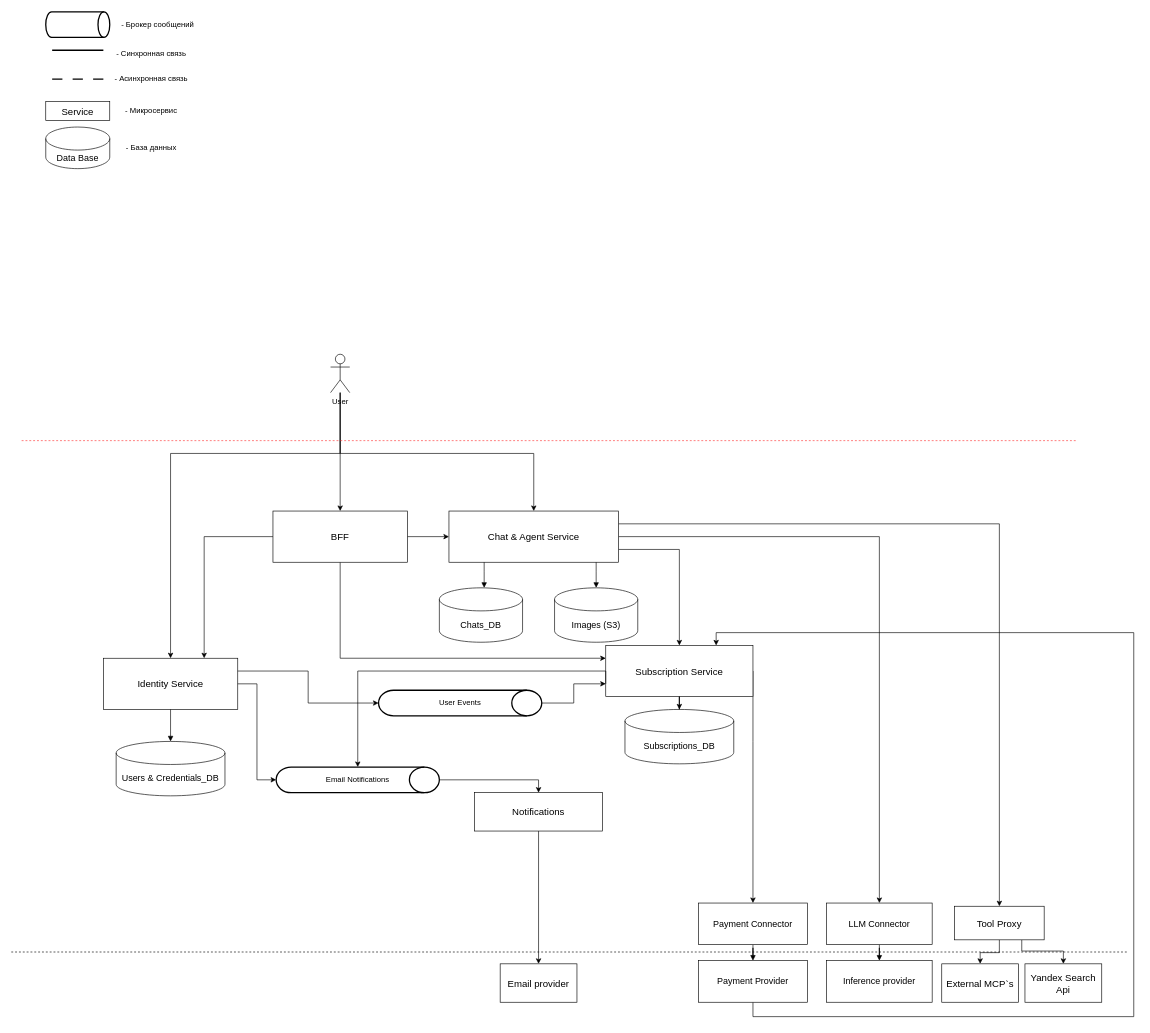
Before: Microservices.drawio in ilyascw/ai-th-microservices, a draw.io diagram. Source tidied: cells renumbered, new cells numbered last; positions are measured from the earlier drawing's top-left corner, leaving out a move shared by most shapes. Both pictures are drawn from the tidied source at 64%, with x=0, y=0 at pixel (11, 12).
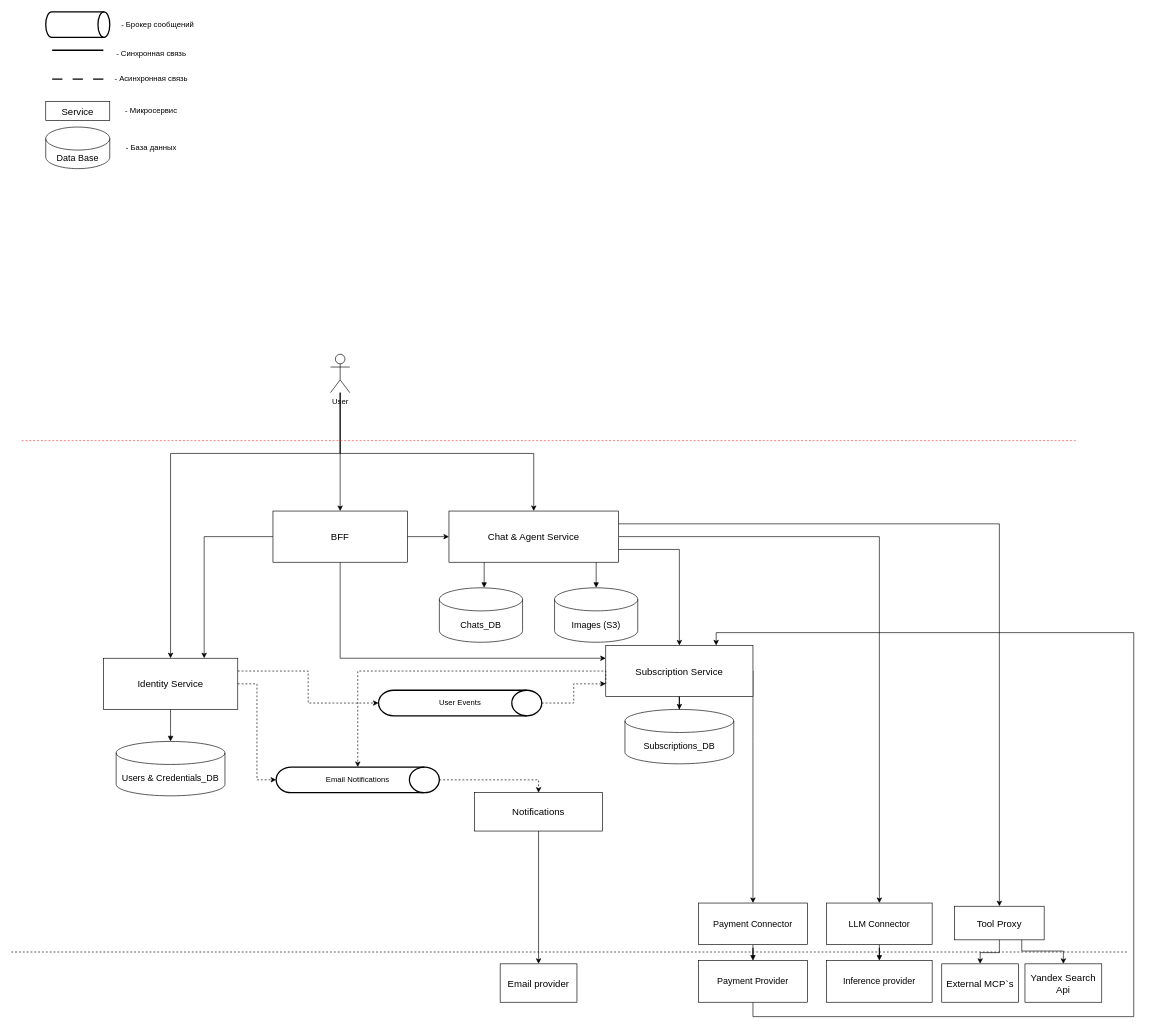
Above is the later version.

Commit message:
Mark queue links as asynchronous

Unchanged cells that the change refers to:
```xml
<mxCell id="2" value="Identity Service" style="rounded=0;whiteSpace=wrap;html=1;fillColor=#FFFFFF;strokeColor=#000000;strokeWidth=1;fontColor=#000000;fontSize=15;" parent="1" vertex="1">
  <mxGeometry x="144" y="1010" width="210" height="80" as="geometry" />
</mxCell>
<mxCell id="4" value="Subscription Service" style="rounded=0;whiteSpace=wrap;html=1;fillColor=#FFFFFF;strokeColor=#000000;strokeWidth=1;fontColor=#000000;fontSize=15;" parent="1" vertex="1">
  <mxGeometry x="929" y="990" width="230" height="80" as="geometry" />
</mxCell>
<mxCell id="42" value="Email Notifications" style="strokeWidth=2;html=1;shape=mxgraph.flowchart.direct_data;whiteSpace=wrap;" parent="1" vertex="1">
  <mxGeometry x="414" y="1180" width="255" height="40" as="geometry" />
</mxCell>
<mxCell id="44" value="Notifications" style="rounded=0;whiteSpace=wrap;html=1;fillColor=#FFFFFF;strokeColor=#000000;strokeWidth=1;fontColor=#000000;fontSize=15;" parent="1" vertex="1">
  <mxGeometry x="724" y="1220" width="200" height="60" as="geometry" />
</mxCell>
<mxCell id="47" value="User Events" style="strokeWidth=2;html=1;shape=mxgraph.flowchart.direct_data;whiteSpace=wrap;" parent="1" vertex="1">
  <mxGeometry x="574" y="1060" width="255" height="40" as="geometry" />
</mxCell>
```

What changed in the source:
```diff
@@
-    <mxCell id="41" style="edgeStyle=orthogonalEdgeStyle;rounded=0;jettySize=auto;html=1;exitX=1;exitY=0.5;exitDx=0;exitDy=0;exitPerimeter=0;entryX=0.5;entryY=0;entryDx=0;entryDy=0;defaultLabelBackgroundColor=page;labelPadding=0 4;" parent="1" edge="1" source="42" target="44">
+    <mxCell id="41" style="edgeStyle=orthogonalEdgeStyle;rounded=0;jettySize=auto;html=1;exitX=1;exitY=0.5;exitDx=0;exitDy=0;exitPerimeter=0;entryX=0.5;entryY=0;entryDx=0;entryDy=0;defaultLabelBackgroundColor=page;labelPadding=0 4;dashed=1;" parent="1" edge="1" source="42" target="44">
       <mxGeometry relative="1" as="geometry" />
     </mxCell>
@@
-    <mxCell id="46" style="edgeStyle=orthogonalEdgeStyle;rounded=0;jettySize=auto;html=1;exitX=1;exitY=0.5;exitDx=0;exitDy=0;exitPerimeter=0;entryX=0;entryY=0.75;entryDx=0;entryDy=0;defaultLabelBackgroundColor=page;labelPadding=0 4;" parent="1" edge="1" source="47" target="4">
+    <mxCell id="46" style="edgeStyle=orthogonalEdgeStyle;rounded=0;jettySize=auto;html=1;exitX=1;exitY=0.5;exitDx=0;exitDy=0;exitPerimeter=0;entryX=0;entryY=0.75;entryDx=0;entryDy=0;defaultLabelBackgroundColor=page;labelPadding=0 4;dashed=1;" parent="1" edge="1" source="47" target="4">
       <mxGeometry relative="1" as="geometry" />
     </mxCell>
@@
-    <mxCell id="48" style="edgeStyle=orthogonalEdgeStyle;rounded=0;jettySize=auto;html=1;exitX=1;exitY=0.5;exitDx=0;exitDy=0;entryX=0;entryY=0.5;entryDx=0;entryDy=0;entryPerimeter=0;defaultLabelBackgroundColor=page;labelPadding=0 4;" parent="1" edge="1" source="2" target="42">
+    <mxCell id="48" style="edgeStyle=orthogonalEdgeStyle;rounded=0;jettySize=auto;html=1;exitX=1;exitY=0.5;exitDx=0;exitDy=0;entryX=0;entryY=0.5;entryDx=0;entryDy=0;entryPerimeter=0;defaultLabelBackgroundColor=page;labelPadding=0 4;dashed=1;" parent="1" edge="1" source="2" target="42">
       <mxGeometry relative="1" as="geometry" />
     </mxCell>
@@
-    <mxCell id="55" style="edgeStyle=orthogonalEdgeStyle;rounded=0;jettySize=auto;html=1;exitX=1;exitY=0.25;exitDx=0;exitDy=0;entryX=0;entryY=0.5;entryDx=0;entryDy=0;entryPerimeter=0;defaultLabelBackgroundColor=page;labelPadding=0 4;" parent="1" edge="1" source="2" target="47">
+    <mxCell id="55" style="edgeStyle=orthogonalEdgeStyle;rounded=0;jettySize=auto;html=1;exitX=1;exitY=0.25;exitDx=0;exitDy=0;entryX=0;entryY=0.5;entryDx=0;entryDy=0;entryPerimeter=0;defaultLabelBackgroundColor=page;labelPadding=0 4;dashed=1;" parent="1" edge="1" source="2" target="47">
       <mxGeometry relative="1" as="geometry" />
     </mxCell>
-    <mxCell id="56" style="edgeStyle=orthogonalEdgeStyle;rounded=0;jettySize=auto;html=1;exitX=0;exitY=0.75;exitDx=0;exitDy=0;entryX=0.5;entryY=0;entryDx=0;entryDy=0;entryPerimeter=0;defaultLabelBackgroundColor=page;labelPadding=0 4;" parent="1" edge="1" source="4" target="42">
+    <mxCell id="56" style="edgeStyle=orthogonalEdgeStyle;rounded=0;jettySize=auto;html=1;exitX=0;exitY=0.75;exitDx=0;exitDy=0;entryX=0.5;entryY=0;entryDx=0;entryDy=0;entryPerimeter=0;defaultLabelBackgroundColor=page;labelPadding=0 4;dashed=1;" parent="1" edge="1" source="4" target="42">
       <mxGeometry relative="1" as="geometry">
         <Array as="points">
           <mxPoint x="929" y="1030" />
           <mxPoint x="541.5" y="1030" />
         </Array>
       </mxGeometry>
     </mxCell>
```
